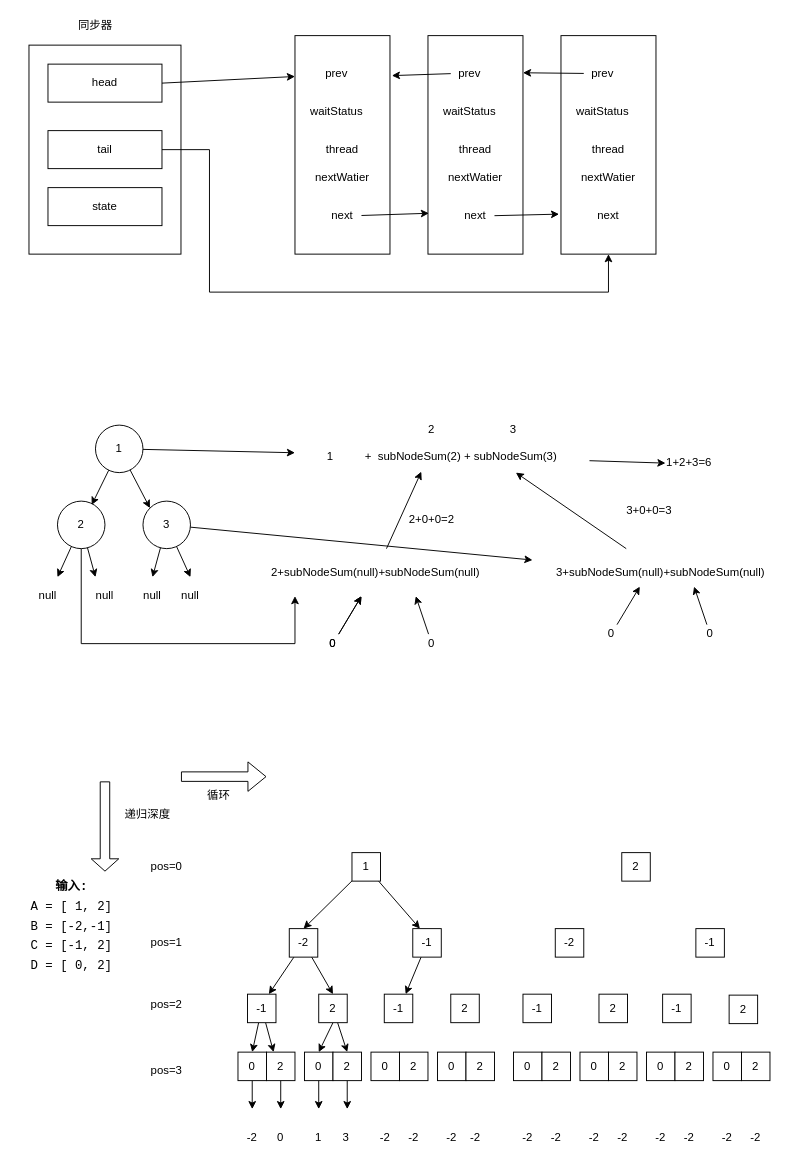
Earlier version of the draw.io diagram diagrams/AQS.drawio (arxobject/spring_analysis). Source tidied: cells renumbered, new cells numbered last; positions are measured from the earlier drawing's top-left corner, leaving out a move shared by most shapes. Both pictures are drawn from the tidied source at 95%, with x=0, y=0 at pixel (19, 16).
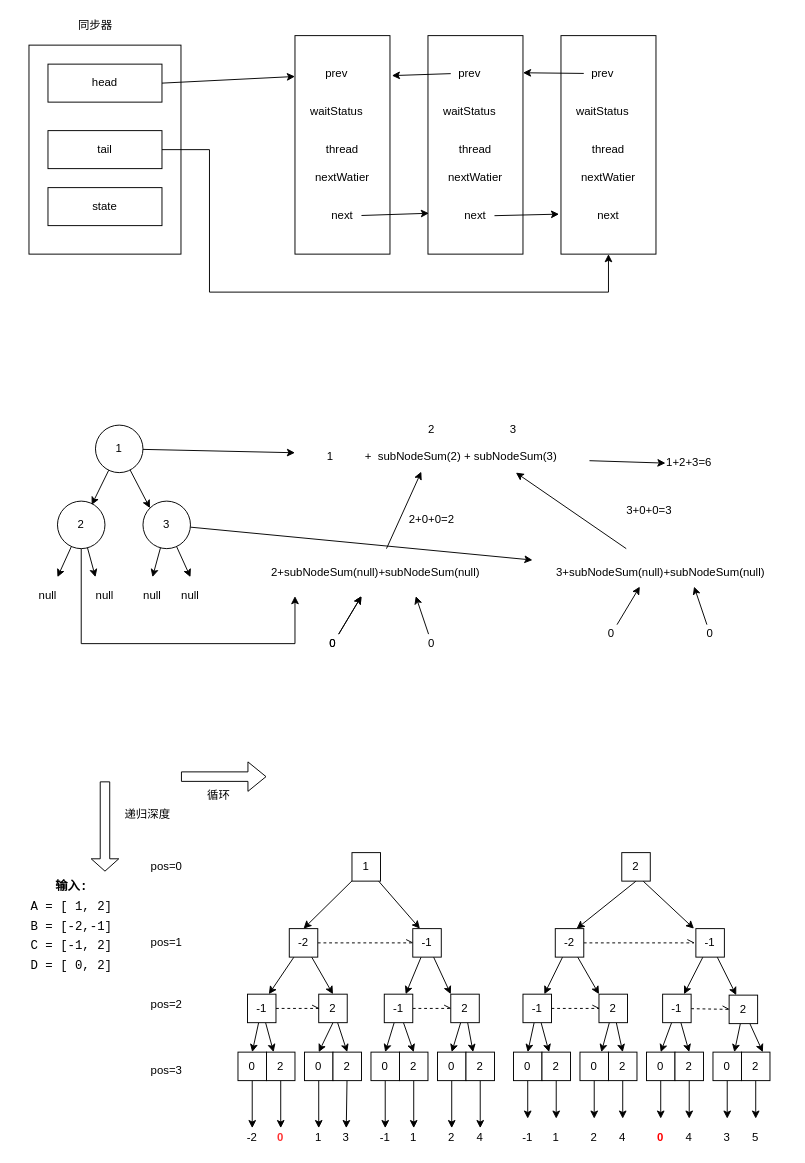
Above is the later version.

The change refers to these unchanged cells:
```xml
<mxCell id="71" value="2" style="rounded=0;whiteSpace=wrap;html=1;" parent="1" vertex="1">
<mxCell id="75" value="-2" style="rounded=0;whiteSpace=wrap;html=1;" parent="1" vertex="1">
<mxCell id="76" value="-1" style="rounded=0;whiteSpace=wrap;html=1;" parent="1" vertex="1">
<mxCell id="78" value="-1" style="rounded=0;whiteSpace=wrap;html=1;" parent="1" vertex="1">
<mxCell id="79" value="2" style="rounded=0;whiteSpace=wrap;html=1;" parent="1" vertex="1">
<mxCell id="80" value="-1" style="rounded=0;whiteSpace=wrap;html=1;" parent="1" vertex="1">
<mxCell id="81" value="2" style="rounded=0;whiteSpace=wrap;html=1;" parent="1" vertex="1">
<mxCell id="82" value="0" style="rounded=0;whiteSpace=wrap;html=1;" parent="1" vertex="1">
<mxCell id="83" value="2" style="rounded=0;whiteSpace=wrap;html=1;" parent="1" vertex="1">
<mxCell id="86" value="2" style="rounded=0;whiteSpace=wrap;html=1;" parent="1" vertex="1">
<mxCell id="89" value="-1" style="rounded=0;whiteSpace=wrap;html=1;" parent="1" vertex="1">
<mxCell id="90" value="0" style="rounded=0;whiteSpace=wrap;html=1;" parent="1" vertex="1">
<mxCell id="91" value="2" style="rounded=0;whiteSpace=wrap;html=1;" parent="1" vertex="1">
<mxCell id="92" value="0" style="rounded=0;whiteSpace=wrap;html=1;" parent="1" vertex="1">
<mxCell id="93" value="2" style="rounded=0;whiteSpace=wrap;html=1;" parent="1" vertex="1">
<mxCell id="94" value="0" style="rounded=0;whiteSpace=wrap;html=1;" parent="1" vertex="1">
<mxCell id="95" value="2" style="rounded=0;whiteSpace=wrap;html=1;" parent="1" vertex="1">
<mxCell id="96" value="0" style="rounded=0;whiteSpace=wrap;html=1;" parent="1" vertex="1">
<mxCell id="97" value="2" style="rounded=0;whiteSpace=wrap;html=1;" parent="1" vertex="1">
<mxCell id="98" value="0" style="rounded=0;whiteSpace=wrap;html=1;" parent="1" vertex="1">
<mxCell id="99" value="2" style="rounded=0;whiteSpace=wrap;html=1;" parent="1" vertex="1">
<mxCell id="101" value="0" style="rounded=0;whiteSpace=wrap;html=1;" parent="1" vertex="1">
<mxCell id="103" value="2" style="rounded=0;whiteSpace=wrap;html=1;" parent="1" vertex="1">
<mxCell id="105" value="0" style="rounded=0;whiteSpace=wrap;html=1;" parent="1" vertex="1">
<mxCell id="107" value="2" style="rounded=0;whiteSpace=wrap;html=1;" parent="1" vertex="1">
<mxCell id="108" value="-1" style="rounded=0;whiteSpace=wrap;html=1;" parent="1" vertex="1">
<mxCell id="109" value="2" style="rounded=0;whiteSpace=wrap;html=1;" parent="1" vertex="1">
<mxCell id="110" value="-2" style="rounded=0;whiteSpace=wrap;html=1;" parent="1" vertex="1">
<mxCell id="111" value="-1" style="rounded=0;whiteSpace=wrap;html=1;" parent="1" vertex="1">
<mxCell id="120" value="-2" style="text;html=1;strokeColor=none;fillColor=none;align=center;verticalAlign=middle;whiteSpace=wrap;rounded=0;" parent="1" vertex="1">
<mxCell id="122" value="1" style="text;html=1;strokeColor=none;fillColor=none;align=center;verticalAlign=middle;whiteSpace=wrap;rounded=0;" parent="1" vertex="1">
<mxCell id="123" value="3" style="text;html=1;strokeColor=none;fillColor=none;align=center;verticalAlign=middle;whiteSpace=wrap;rounded=0;" parent="1" vertex="1">
```

Change to the diagram source:
```diff
@@
+    <mxCell id="136" style="edgeStyle=none;rounded=0;jettySize=auto;html=1;entryX=0.75;entryY=0;entryDx=0;entryDy=0;" parent="1" edge="1" source="71" target="92">
+      <mxGeometry relative="1" as="geometry" />
+    </mxCell>
+    <mxCell id="137" style="edgeStyle=none;rounded=0;jettySize=auto;html=1;entryX=0.5;entryY=0;entryDx=0;entryDy=0;" parent="1" edge="1" source="71" target="93">
+      <mxGeometry relative="1" as="geometry" />
+    </mxCell>
@@
+    <mxCell id="138" style="edgeStyle=none;rounded=0;jettySize=auto;html=1;entryX=0;entryY=0.5;entryDx=0;entryDy=0;dashed=1;endArrow=openAsync;endFill=0;" parent="1" edge="1" source="75" target="78">
+      <mxGeometry relative="1" as="geometry" />
+    </mxCell>
@@
+    <mxCell id="139" style="edgeStyle=none;rounded=0;jettySize=auto;html=1;entryX=0.5;entryY=0;entryDx=0;entryDy=0;" parent="1" edge="1" source="76" target="94">
+      <mxGeometry relative="1" as="geometry" />
+    </mxCell>
+    <mxCell id="140" style="edgeStyle=none;rounded=0;jettySize=auto;html=1;entryX=0.25;entryY=0;entryDx=0;entryDy=0;" parent="1" edge="1" source="76" target="95">
+      <mxGeometry relative="1" as="geometry" />
+    </mxCell>
+    <mxCell id="141" style="edgeStyle=none;rounded=0;jettySize=auto;html=1;entryX=0;entryY=0.5;entryDx=0;entryDy=0;dashed=1;endArrow=openAsync;endFill=0;" parent="1" edge="1" source="76" target="71">
+      <mxGeometry relative="1" as="geometry" />
+    </mxCell>
@@
+    <mxCell id="142" style="edgeStyle=none;rounded=0;jettySize=auto;html=1;entryX=0;entryY=0;entryDx=0;entryDy=0;" parent="1" edge="1" source="78" target="81">
+      <mxGeometry relative="1" as="geometry" />
+    </mxCell>
@@
+    <mxCell id="143" style="edgeStyle=none;rounded=0;jettySize=auto;html=1;entryX=0.75;entryY=0;entryDx=0;entryDy=0;exitX=0.5;exitY=1;exitDx=0;exitDy=0;" parent="1" edge="1" source="79" target="110">
+      <mxGeometry relative="1" as="geometry" />
+    </mxCell>
+    <mxCell id="144" style="edgeStyle=none;rounded=0;jettySize=auto;html=1;exitX=0.75;exitY=1;exitDx=0;exitDy=0;" parent="1" edge="1" source="79">
+      <mxGeometry relative="1" as="geometry">
+        <mxPoint x="710" y="960" as="targetPoint" />
+      </mxGeometry>
+    </mxCell>
@@
+    <mxCell id="145" style="edgeStyle=none;rounded=0;jettySize=auto;html=1;entryX=0.5;entryY=0;entryDx=0;entryDy=0;" parent="1" edge="1" source="80" target="98">
+      <mxGeometry relative="1" as="geometry" />
+    </mxCell>
+    <mxCell id="146" style="edgeStyle=none;rounded=0;jettySize=auto;html=1;entryX=0.5;entryY=0;entryDx=0;entryDy=0;" parent="1" edge="1" source="80" target="99">
+      <mxGeometry relative="1" as="geometry" />
+    </mxCell>
+    <mxCell id="147" style="edgeStyle=none;rounded=0;jettySize=auto;html=1;entryX=0;entryY=0.5;entryDx=0;entryDy=0;dashed=1;endArrow=openAsync;endFill=0;" parent="1" edge="1" source="80" target="81">
+      <mxGeometry relative="1" as="geometry" />
+    </mxCell>
@@
+    <mxCell id="148" style="edgeStyle=none;rounded=0;jettySize=auto;html=1;entryX=0.5;entryY=0;entryDx=0;entryDy=0;" parent="1" edge="1" source="81" target="96">
+      <mxGeometry relative="1" as="geometry" />
+    </mxCell>
+    <mxCell id="149" style="edgeStyle=none;rounded=0;jettySize=auto;html=1;entryX=0.25;entryY=0;entryDx=0;entryDy=0;" parent="1" edge="1" source="81" target="97">
+      <mxGeometry relative="1" as="geometry" />
+    </mxCell>
@@
+    <mxCell id="150" style="edgeStyle=none;rounded=0;jettySize=auto;html=1;" parent="1" edge="1" source="82">
+      <mxGeometry relative="1" as="geometry">
+        <mxPoint x="745" y="1160" as="targetPoint" />
+      </mxGeometry>
+    </mxCell>
@@
+    <mxCell id="151" style="edgeStyle=none;rounded=0;jettySize=auto;html=1;" parent="1" edge="1" source="83">
+      <mxGeometry relative="1" as="geometry">
+        <mxPoint x="775" y="1160" as="targetPoint" />
+      </mxGeometry>
+    </mxCell>
@@
+    <mxCell id="152" style="edgeStyle=none;rounded=0;jettySize=auto;html=1;entryX=0;entryY=0.5;entryDx=0;entryDy=0;dashed=1;endArrow=openAsync;endFill=0;" parent="1" edge="1" source="89" target="86">
+      <mxGeometry relative="1" as="geometry" />
+    </mxCell>
@@
+    <mxCell id="153" style="edgeStyle=none;rounded=0;jettySize=auto;html=1;" parent="1" edge="1" source="90">
+      <mxGeometry relative="1" as="geometry">
+        <mxPoint x="675" y="1160" as="targetPoint" />
+      </mxGeometry>
+    </mxCell>
@@
+    <mxCell id="154" style="edgeStyle=none;rounded=0;jettySize=auto;html=1;exitX=0.5;exitY=1;exitDx=0;exitDy=0;" parent="1" edge="1" source="91">
+      <mxGeometry relative="1" as="geometry">
+        <mxPoint x="705" y="1160" as="targetPoint" />
+      </mxGeometry>
+    </mxCell>
@@
+    <mxCell id="155" style="edgeStyle=none;rounded=0;jettySize=auto;html=1;" parent="1" edge="1" source="92">
+      <mxGeometry relative="1" as="geometry">
+        <mxPoint x="605" y="1160" as="targetPoint" />
+      </mxGeometry>
+    </mxCell>
@@
+    <mxCell id="156" style="edgeStyle=none;rounded=0;jettySize=auto;html=1;" parent="1" edge="1" source="93">
+      <mxGeometry relative="1" as="geometry">
+        <mxPoint x="635" y="1160" as="targetPoint" />
+      </mxGeometry>
+    </mxCell>
@@
+    <mxCell id="157" style="edgeStyle=none;rounded=0;jettySize=auto;html=1;" parent="1" edge="1" source="94">
+      <mxGeometry relative="1" as="geometry">
+        <mxPoint x="535" y="1160" as="targetPoint" />
+      </mxGeometry>
+    </mxCell>
@@
+    <mxCell id="158" style="edgeStyle=none;rounded=0;jettySize=auto;html=1;" parent="1" edge="1" source="95">
+      <mxGeometry relative="1" as="geometry">
+        <mxPoint x="565" y="1160" as="targetPoint" />
+      </mxGeometry>
+    </mxCell>
@@
+    <mxCell id="159" style="edgeStyle=none;rounded=0;jettySize=auto;html=1;exitX=0.5;exitY=1;exitDx=0;exitDy=0;entryX=0.5;entryY=0;entryDx=0;entryDy=0;" parent="1" edge="1" source="96" target="126">
+      <mxGeometry relative="1" as="geometry" />
+    </mxCell>
@@
+    <mxCell id="160" style="edgeStyle=none;rounded=0;jettySize=auto;html=1;entryX=0.5;entryY=0;entryDx=0;entryDy=0;" parent="1" edge="1" source="97" target="127">
+      <mxGeometry relative="1" as="geometry" />
+    </mxCell>
@@
+    <mxCell id="161" style="edgeStyle=none;rounded=0;jettySize=auto;html=1;entryX=0.5;entryY=0;entryDx=0;entryDy=0;" parent="1" edge="1" source="98" target="124">
+      <mxGeometry relative="1" as="geometry" />
+    </mxCell>
@@
+    <mxCell id="162" style="edgeStyle=none;rounded=0;jettySize=auto;html=1;entryX=0.5;entryY=0;entryDx=0;entryDy=0;entryPerimeter=0;" parent="1" edge="1" source="99" target="173">
+      <mxGeometry relative="1" as="geometry" />
+    </mxCell>
@@
-    <mxCell id="100" style="edgeStyle=none;rounded=0;jettySize=auto;html=1;" parent="1" edge="1" source="101">
-      <mxGeometry relative="1" as="geometry">
-        <mxPoint x="315" y="1150" as="targetPoint" />
-      </mxGeometry>
+    <mxCell id="100" style="edgeStyle=none;rounded=0;jettySize=auto;html=1;entryX=0.5;entryY=0;entryDx=0;entryDy=0;" parent="1" edge="1" source="101" target="122">
+      <mxGeometry relative="1" as="geometry" />
     </mxCell>
@@
-    <mxCell id="102" style="edgeStyle=none;rounded=0;jettySize=auto;html=1;" parent="1" edge="1" source="103">
-      <mxGeometry relative="1" as="geometry">
-        <mxPoint x="345" y="1150" as="targetPoint" />
-      </mxGeometry>
+    <mxCell id="102" style="edgeStyle=none;rounded=0;jettySize=auto;html=1;entryX=0.5;entryY=0;entryDx=0;entryDy=0;" parent="1" edge="1" source="103" target="123">
+      <mxGeometry relative="1" as="geometry" />
     </mxCell>
@@
-    <mxCell id="104" style="edgeStyle=none;rounded=0;jettySize=auto;html=1;" parent="1" edge="1" source="105">
-      <mxGeometry relative="1" as="geometry">
-        <mxPoint x="245" y="1150" as="targetPoint" />
-      </mxGeometry>
+    <mxCell id="104" style="edgeStyle=none;rounded=0;jettySize=auto;html=1;entryX=0.5;entryY=0;entryDx=0;entryDy=0;" parent="1" edge="1" source="105" target="120">
+      <mxGeometry relative="1" as="geometry" />
     </mxCell>
@@
-    <mxCell id="106" style="edgeStyle=none;rounded=0;jettySize=auto;html=1;exitX=0.5;exitY=1;exitDx=0;exitDy=0;" parent="1" edge="1" source="107">
-      <mxGeometry relative="1" as="geometry">
-        <mxPoint x="275" y="1150" as="targetPoint" />
-      </mxGeometry>
+    <mxCell id="106" style="edgeStyle=none;rounded=0;jettySize=auto;html=1;exitX=0.5;exitY=1;exitDx=0;exitDy=0;entryX=0.5;entryY=0;entryDx=0;entryDy=0;" parent="1" edge="1" source="107" target="121">
+      <mxGeometry relative="1" as="geometry" />
     </mxCell>
@@
+    <mxCell id="163" style="edgeStyle=none;rounded=0;jettySize=auto;html=1;entryX=0.5;entryY=0;entryDx=0;entryDy=0;" parent="1" edge="1" source="108" target="90">
+      <mxGeometry relative="1" as="geometry" />
+    </mxCell>
+    <mxCell id="164" style="edgeStyle=none;rounded=0;jettySize=auto;html=1;entryX=0.5;entryY=0;entryDx=0;entryDy=0;" parent="1" edge="1" source="108" target="91">
+      <mxGeometry relative="1" as="geometry" />
+    </mxCell>
+    <mxCell id="165" style="edgeStyle=none;rounded=0;jettySize=auto;html=1;entryX=0;entryY=0.5;entryDx=0;entryDy=0;dashed=1;endArrow=openAsync;endFill=0;" parent="1" edge="1" source="108" target="109">
+      <mxGeometry relative="1" as="geometry" />
+    </mxCell>
@@
+    <mxCell id="166" style="edgeStyle=none;rounded=0;jettySize=auto;html=1;entryX=0.75;entryY=0;entryDx=0;entryDy=0;" parent="1" edge="1" source="109" target="82">
+      <mxGeometry relative="1" as="geometry" />
+    </mxCell>
+    <mxCell id="167" style="edgeStyle=none;rounded=0;jettySize=auto;html=1;entryX=0.75;entryY=0;entryDx=0;entryDy=0;" parent="1" edge="1" source="109" target="83">
+      <mxGeometry relative="1" as="geometry" />
+    </mxCell>
@@
+    <mxCell id="168" style="edgeStyle=none;rounded=0;jettySize=auto;html=1;entryX=0.75;entryY=0;entryDx=0;entryDy=0;" parent="1" edge="1" source="110" target="76">
+      <mxGeometry relative="1" as="geometry" />
+    </mxCell>
+    <mxCell id="169" style="edgeStyle=none;rounded=0;jettySize=auto;html=1;entryX=0;entryY=0;entryDx=0;entryDy=0;" parent="1" edge="1" source="110" target="71">
+      <mxGeometry relative="1" as="geometry" />
+    </mxCell>
+    <mxCell id="170" style="edgeStyle=none;rounded=0;jettySize=auto;html=1;dashed=1;endArrow=openAsync;endFill=0;" parent="1" edge="1" source="110">
+      <mxGeometry relative="1" as="geometry">
+        <mxPoint x="710" y="975" as="targetPoint" />
+      </mxGeometry>
+    </mxCell>
@@
+    <mxCell id="171" style="edgeStyle=none;rounded=0;jettySize=auto;html=1;entryX=0.75;entryY=0;entryDx=0;entryDy=0;" parent="1" edge="1" source="111" target="108">
+      <mxGeometry relative="1" as="geometry" />
+    </mxCell>
+    <mxCell id="172" style="edgeStyle=none;rounded=0;jettySize=auto;html=1;entryX=0.25;entryY=0;entryDx=0;entryDy=0;" parent="1" edge="1" source="111" target="109">
+      <mxGeometry relative="1" as="geometry" />
+    </mxCell>
@@
-    <mxCell id="121" value="0" style="text;html=1;strokeColor=none;fillColor=none;align=center;verticalAlign=middle;whiteSpace=wrap;rounded=0;" parent="1" vertex="1">
+    <mxCell id="121" value="&lt;b&gt;&lt;font color=&quot;#ff3333&quot;&gt;0&lt;/font&gt;&lt;/b&gt;" style="text;html=1;strokeColor=none;fillColor=none;align=center;verticalAlign=middle;whiteSpace=wrap;rounded=0;" parent="1" vertex="1">
       <mxGeometry x="260" y="1170" width="30" height="20" as="geometry" />
     </mxCell>
@@
-    <mxCell id="124" value="-2" style="text;html=1;strokeColor=none;fillColor=none;align=center;verticalAlign=middle;whiteSpace=wrap;rounded=0;" parent="1" vertex="1">
+    <mxCell id="124" value="-1" style="text;html=1;strokeColor=none;fillColor=none;align=center;verticalAlign=middle;whiteSpace=wrap;rounded=0;" parent="1" vertex="1">
       <mxGeometry x="370" y="1170" width="30" height="20" as="geometry" />
     </mxCell>
-    <mxCell id="125" value="-2" style="text;html=1;strokeColor=none;fillColor=none;align=center;verticalAlign=middle;whiteSpace=wrap;rounded=0;" parent="1" vertex="1">
-      <mxGeometry x="400" y="1170" width="30" height="20" as="geometry" />
-    </mxCell>
-    <mxCell id="126" value="-2" style="text;html=1;strokeColor=none;fillColor=none;align=center;verticalAlign=middle;whiteSpace=wrap;rounded=0;" parent="1" vertex="1">
+    <mxCell id="126" value="2" style="text;html=1;strokeColor=none;fillColor=none;align=center;verticalAlign=middle;whiteSpace=wrap;rounded=0;" parent="1" vertex="1">
       <mxGeometry x="440" y="1170" width="30" height="20" as="geometry" />
     </mxCell>
-    <mxCell id="127" value="-2" style="text;html=1;strokeColor=none;fillColor=none;align=center;verticalAlign=middle;whiteSpace=wrap;rounded=0;" parent="1" vertex="1">
-      <mxGeometry x="465" y="1170" width="30" height="20" as="geometry" />
+    <mxCell id="127" value="4" style="text;html=1;strokeColor=none;fillColor=none;align=center;verticalAlign=middle;whiteSpace=wrap;rounded=0;" parent="1" vertex="1">
+      <mxGeometry x="470" y="1170" width="30" height="20" as="geometry" />
     </mxCell>
-    <mxCell id="128" value="-2" style="text;html=1;strokeColor=none;fillColor=none;align=center;verticalAlign=middle;whiteSpace=wrap;rounded=0;" parent="1" vertex="1">
+    <mxCell id="128" value="-1" style="text;html=1;strokeColor=none;fillColor=none;align=center;verticalAlign=middle;whiteSpace=wrap;rounded=0;" parent="1" vertex="1">
       <mxGeometry x="520" y="1170" width="30" height="20" as="geometry" />
     </mxCell>
-    <mxCell id="129" value="-2" style="text;html=1;strokeColor=none;fillColor=none;align=center;verticalAlign=middle;whiteSpace=wrap;rounded=0;" parent="1" vertex="1">
+    <mxCell id="129" value="1" style="text;html=1;strokeColor=none;fillColor=none;align=center;verticalAlign=middle;whiteSpace=wrap;rounded=0;" parent="1" vertex="1">
       <mxGeometry x="550" y="1170" width="30" height="20" as="geometry" />
     </mxCell>
-    <mxCell id="130" value="-2" style="text;html=1;strokeColor=none;fillColor=none;align=center;verticalAlign=middle;whiteSpace=wrap;rounded=0;" parent="1" vertex="1">
+    <mxCell id="130" value="2" style="text;html=1;strokeColor=none;fillColor=none;align=center;verticalAlign=middle;whiteSpace=wrap;rounded=0;" parent="1" vertex="1">
       <mxGeometry x="590" y="1170" width="30" height="20" as="geometry" />
     </mxCell>
-    <mxCell id="131" value="-2" style="text;html=1;strokeColor=none;fillColor=none;align=center;verticalAlign=middle;whiteSpace=wrap;rounded=0;" parent="1" vertex="1">
+    <mxCell id="131" value="4" style="text;html=1;strokeColor=none;fillColor=none;align=center;verticalAlign=middle;whiteSpace=wrap;rounded=0;" parent="1" vertex="1">
       <mxGeometry x="620" y="1170" width="30" height="20" as="geometry" />
     </mxCell>
-    <mxCell id="132" value="-2" style="text;html=1;strokeColor=none;fillColor=none;align=center;verticalAlign=middle;whiteSpace=wrap;rounded=0;" parent="1" vertex="1">
+    <mxCell id="132" value="&lt;b&gt;&lt;font color=&quot;#ff0000&quot;&gt;0&lt;/font&gt;&lt;/b&gt;" style="text;html=1;strokeColor=none;fillColor=none;align=center;verticalAlign=middle;whiteSpace=wrap;rounded=0;" parent="1" vertex="1">
       <mxGeometry x="660" y="1170" width="30" height="20" as="geometry" />
     </mxCell>
-    <mxCell id="133" value="-2" style="text;html=1;strokeColor=none;fillColor=none;align=center;verticalAlign=middle;whiteSpace=wrap;rounded=0;" parent="1" vertex="1">
+    <mxCell id="133" value="4" style="text;html=1;strokeColor=none;fillColor=none;align=center;verticalAlign=middle;whiteSpace=wrap;rounded=0;" parent="1" vertex="1">
       <mxGeometry x="690" y="1170" width="30" height="20" as="geometry" />
     </mxCell>
-    <mxCell id="134" value="-2" style="text;html=1;strokeColor=none;fillColor=none;align=center;verticalAlign=middle;whiteSpace=wrap;rounded=0;" parent="1" vertex="1">
+    <mxCell id="134" value="3" style="text;html=1;strokeColor=none;fillColor=none;align=center;verticalAlign=middle;whiteSpace=wrap;rounded=0;" parent="1" vertex="1">
       <mxGeometry x="730" y="1170" width="30" height="20" as="geometry" />
     </mxCell>
-    <mxCell id="135" value="-2" style="text;html=1;strokeColor=none;fillColor=none;align=center;verticalAlign=middle;whiteSpace=wrap;rounded=0;" parent="1" vertex="1">
+    <mxCell id="135" value="5" style="text;html=1;strokeColor=none;fillColor=none;align=center;verticalAlign=middle;whiteSpace=wrap;rounded=0;" parent="1" vertex="1">
       <mxGeometry x="760" y="1170" width="30" height="20" as="geometry" />
     </mxCell>
+    <mxCell id="173" value="1" style="text;html=1;strokeColor=none;fillColor=none;align=center;verticalAlign=middle;whiteSpace=wrap;rounded=0;" parent="1" vertex="1">
+      <mxGeometry x="400" y="1170" width="30" height="20" as="geometry" />
+    </mxCell>
```
